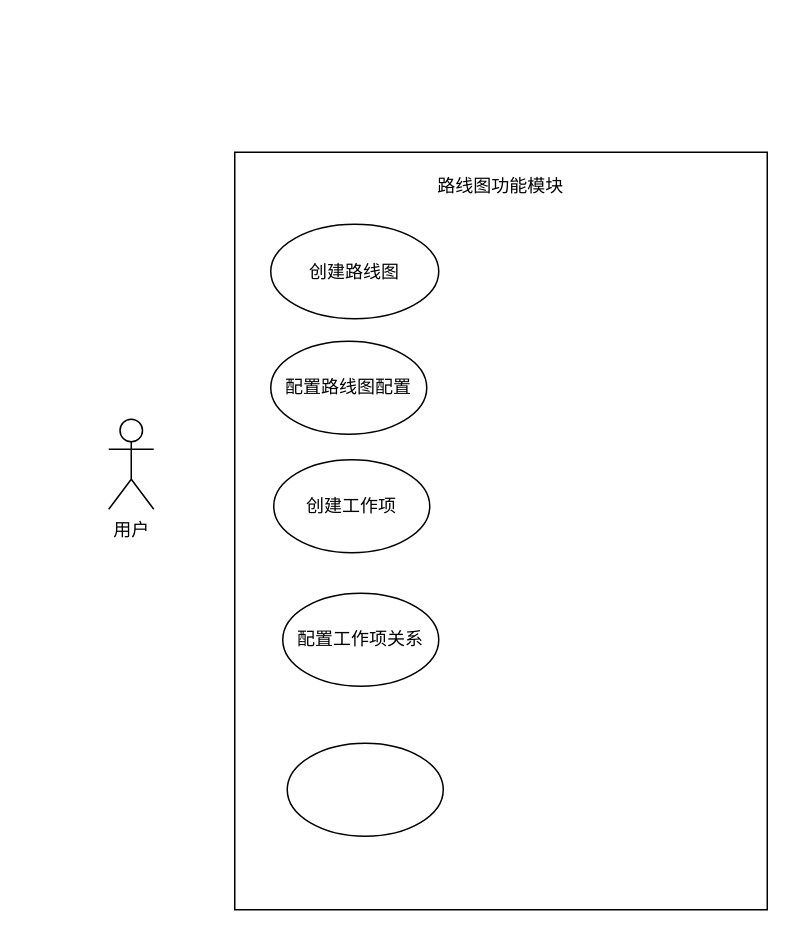
Before: 路线图模块用例图.drawio in qf2020/drawio, a draw.io diagram. Source tidied: cells renumbered, new cells numbered last; positions are measured from the earlier drawing's top-left corner, leaving out a move shared by most shapes. Both pictures are drawn from the tidied source at 150%, with x=0, y=0 at pixel (108, 152).
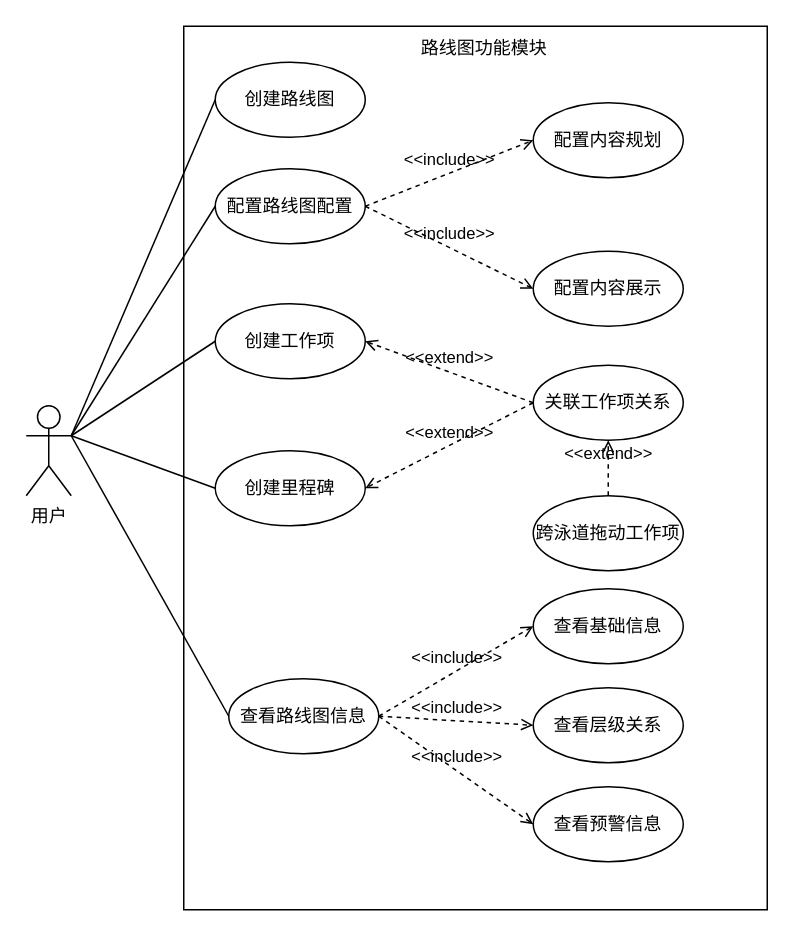
The same diagram, later.

Commit message:
更新路线图模块用例图.drawio

The edit, as a diff of the source:
```diff
@@
     <mxCell id="2" value="用户" style="shape=umlActor;verticalLabelPosition=bottom;verticalAlign=top;html=1;" parent="1" vertex="1">
-      <mxGeometry y="178" width="30" height="60" as="geometry" />
+      <mxGeometry x="-55" y="169" width="30" height="60" as="geometry" />
     </mxCell>
     <mxCell id="3" style="rounded=0;whiteSpace=wrap;html=1;" parent="1" vertex="1">
-      <mxGeometry x="84" width="355" height="505" as="geometry" />
+      <mxGeometry x="50" y="-84" width="389" height="589" as="geometry" />
     </mxCell>
     <mxCell id="4" value="路线图功能模块" style="text;html=1;align=center;verticalAlign=middle;whiteSpace=wrap;rounded=0;" parent="1" vertex="1">
-      <mxGeometry x="212" y="8" width="99" height="30" as="geometry" />
+      <mxGeometry x="201" y="-84" width="99" height="30" as="geometry" />
     </mxCell>
     <mxCell id="5" value="配置路线图配置" style="ellipse;whiteSpace=wrap;html=1;" parent="1" vertex="1">
-      <mxGeometry x="108" y="126" width="104" height="62" as="geometry" />
+      <mxGeometry x="71" y="11" width="100" height="50" as="geometry" />
     </mxCell>
     <mxCell id="6" value="创建路线图" style="ellipse;whiteSpace=wrap;html=1;" parent="1" vertex="1">
-      <mxGeometry x="108" y="48" width="112" height="63" as="geometry" />
+      <mxGeometry x="71" y="-60" width="100" height="50" as="geometry" />
     </mxCell>
     <mxCell id="7" value="创建工作项" style="ellipse;whiteSpace=wrap;html=1;" parent="1" vertex="1">
-      <mxGeometry x="110" y="205" width="104" height="62" as="geometry" />
+      <mxGeometry x="71" y="101" width="100" height="50" as="geometry" />
     </mxCell>
-    <mxCell id="8" style="ellipse;whiteSpace=wrap;html=1;" parent="1" vertex="1">
-      <mxGeometry x="119" y="394" width="104" height="62" as="geometry" />
+    <mxCell id="8" value="查看路线图信息" style="ellipse;whiteSpace=wrap;html=1;" parent="1" vertex="1">
+      <mxGeometry x="80" y="351" width="100" height="50" as="geometry" />
     </mxCell>
-    <mxCell id="9" value="配置工作项关系" style="ellipse;whiteSpace=wrap;html=1;" parent="1" vertex="1">
-      <mxGeometry x="116" y="294" width="104" height="62" as="geometry" />
+    <mxCell id="9" value="关联工作项关系" style="ellipse;whiteSpace=wrap;html=1;" parent="1" vertex="1">
+      <mxGeometry x="283" y="142" width="100" height="50" as="geometry" />
     </mxCell>
+    <mxCell id="10" value="配置内容规划" style="ellipse;whiteSpace=wrap;html=1;" parent="1" vertex="1">
+      <mxGeometry x="283" y="-33" width="100" height="50" as="geometry" />
+    </mxCell>
+    <mxCell id="11" value="配置内容展示" style="ellipse;whiteSpace=wrap;html=1;" parent="1" vertex="1">
+      <mxGeometry x="283" y="66" width="100" height="50" as="geometry" />
+    </mxCell>
+    <mxCell id="12" value="查看预警信息" style="ellipse;whiteSpace=wrap;html=1;" parent="1" vertex="1">
+      <mxGeometry x="283" y="423" width="100" height="50" as="geometry" />
+    </mxCell>
+    <mxCell id="13" value="查看层级关系" style="ellipse;whiteSpace=wrap;html=1;" parent="1" vertex="1">
+      <mxGeometry x="283" y="357" width="100" height="50" as="geometry" />
+    </mxCell>
+    <mxCell id="14" value="查看基础信息" style="ellipse;whiteSpace=wrap;html=1;" parent="1" vertex="1">
+      <mxGeometry x="283" y="291" width="100" height="50" as="geometry" />
+    </mxCell>
+    <mxCell id="15" value="创建里程碑" style="ellipse;whiteSpace=wrap;html=1;" parent="1" vertex="1">
+      <mxGeometry x="71" y="199" width="100" height="50" as="geometry" />
+    </mxCell>
+    <mxCell id="16" value="&amp;lt;&amp;lt;include&amp;gt;&amp;gt;" style="html=1;verticalAlign=bottom;labelBackgroundColor=none;endArrow=open;endFill=0;dashed=1;rounded=0;exitX=1;exitY=0.5;exitDx=0;exitDy=0;entryX=0;entryY=0.5;entryDx=0;entryDy=0;" parent="1" edge="1" source="5" target="10">
+      <mxGeometry relative="1" as="geometry" />
+    </mxCell>
+    <mxCell id="17" value="&amp;lt;&amp;lt;include&amp;gt;&amp;gt;" style="html=1;verticalAlign=bottom;labelBackgroundColor=none;endArrow=open;endFill=0;dashed=1;rounded=0;exitX=1;exitY=0.5;exitDx=0;exitDy=0;entryX=0;entryY=0.5;entryDx=0;entryDy=0;" parent="1" edge="1" source="5" target="11">
+      <mxGeometry relative="1" as="geometry" />
+    </mxCell>
+    <mxCell id="18" value="&amp;lt;&amp;lt;include&amp;gt;&amp;gt;" style="html=1;verticalAlign=bottom;labelBackgroundColor=none;endArrow=open;endFill=0;dashed=1;rounded=0;exitX=1;exitY=0.5;exitDx=0;exitDy=0;entryX=0;entryY=0.5;entryDx=0;entryDy=0;" parent="1" edge="1" source="8" target="14">
+      <mxGeometry relative="1" as="geometry" />
+    </mxCell>
+    <mxCell id="19" value="&amp;lt;&amp;lt;include&amp;gt;&amp;gt;" style="html=1;verticalAlign=bottom;labelBackgroundColor=none;endArrow=open;endFill=0;dashed=1;rounded=0;exitX=1;exitY=0.5;exitDx=0;exitDy=0;entryX=0;entryY=0.5;entryDx=0;entryDy=0;" parent="1" edge="1" source="8" target="13">
+      <mxGeometry relative="1" as="geometry" />
+    </mxCell>
+    <mxCell id="20" value="&amp;lt;&amp;lt;include&amp;gt;&amp;gt;" style="html=1;verticalAlign=bottom;labelBackgroundColor=none;endArrow=open;endFill=0;dashed=1;rounded=0;exitX=1;exitY=0.5;exitDx=0;exitDy=0;entryX=0;entryY=0.5;entryDx=0;entryDy=0;" parent="1" edge="1" source="8" target="12">
+      <mxGeometry relative="1" as="geometry" />
+    </mxCell>
+    <mxCell id="21" value="&amp;lt;&amp;lt;extend&amp;gt;&amp;gt;" style="html=1;verticalAlign=bottom;labelBackgroundColor=none;endArrow=open;endFill=0;dashed=1;rounded=0;exitX=0;exitY=0.5;exitDx=0;exitDy=0;entryX=1;entryY=0.5;entryDx=0;entryDy=0;" parent="1" edge="1" source="9" target="7">
+      <mxGeometry relative="1" as="geometry" />
+    </mxCell>
+    <mxCell id="22" value="&amp;lt;&amp;lt;extend&amp;gt;&amp;gt;" style="html=1;verticalAlign=bottom;labelBackgroundColor=none;endArrow=open;endFill=0;dashed=1;rounded=0;exitX=0;exitY=0.5;exitDx=0;exitDy=0;entryX=1;entryY=0.5;entryDx=0;entryDy=0;" parent="1" edge="1" source="9" target="15">
+      <mxGeometry relative="1" as="geometry" />
+    </mxCell>
+    <mxCell id="23" value="跨泳道拖动工作项" style="ellipse;whiteSpace=wrap;html=1;" parent="1" vertex="1">
+      <mxGeometry x="283" y="229" width="100" height="50" as="geometry" />
+    </mxCell>
+    <mxCell id="24" value="&amp;lt;&amp;lt;extend&amp;gt;&amp;gt;" style="html=1;verticalAlign=bottom;labelBackgroundColor=none;endArrow=open;endFill=0;dashed=1;rounded=0;exitX=0.5;exitY=0;exitDx=0;exitDy=0;entryX=0.5;entryY=1;entryDx=0;entryDy=0;" parent="1" edge="1" source="23" target="9">
+      <mxGeometry relative="1" as="geometry" />
+    </mxCell>
+    <mxCell id="25" style="endArrow=none;html=1;rounded=0;exitX=1;exitY=0.3333333333333333;exitDx=0;exitDy=0;exitPerimeter=0;entryX=0;entryY=0.5;entryDx=0;entryDy=0;" parent="1" edge="1" source="2" target="6">
+      <mxGeometry relative="1" as="geometry" />
+    </mxCell>
+    <mxCell id="26" style="endArrow=none;html=1;rounded=0;exitX=1;exitY=0.3333333333333333;exitDx=0;exitDy=0;exitPerimeter=0;entryX=0;entryY=0.5;entryDx=0;entryDy=0;" parent="1" edge="1" source="2" target="5">
+      <mxGeometry relative="1" as="geometry" />
+    </mxCell>
+    <mxCell id="27" style="endArrow=none;html=1;rounded=0;exitX=1;exitY=0.3333333333333333;exitDx=0;exitDy=0;exitPerimeter=0;entryX=0;entryY=0.5;entryDx=0;entryDy=0;" parent="1" edge="1" source="2" target="7">
+      <mxGeometry relative="1" as="geometry" />
+    </mxCell>
+    <mxCell id="28" style="endArrow=none;html=1;rounded=0;exitX=1;exitY=0.3333333333333333;exitDx=0;exitDy=0;exitPerimeter=0;entryX=0;entryY=0.5;entryDx=0;entryDy=0;" parent="1" edge="1" source="2" target="15">
+      <mxGeometry relative="1" as="geometry" />
+    </mxCell>
+    <mxCell id="29" style="endArrow=none;html=1;rounded=0;exitX=1;exitY=0.3333333333333333;exitDx=0;exitDy=0;exitPerimeter=0;entryX=0;entryY=0.5;entryDx=0;entryDy=0;" parent="1" edge="1" source="2" target="8">
+      <mxGeometry relative="1" as="geometry" />
+    </mxCell>
```
